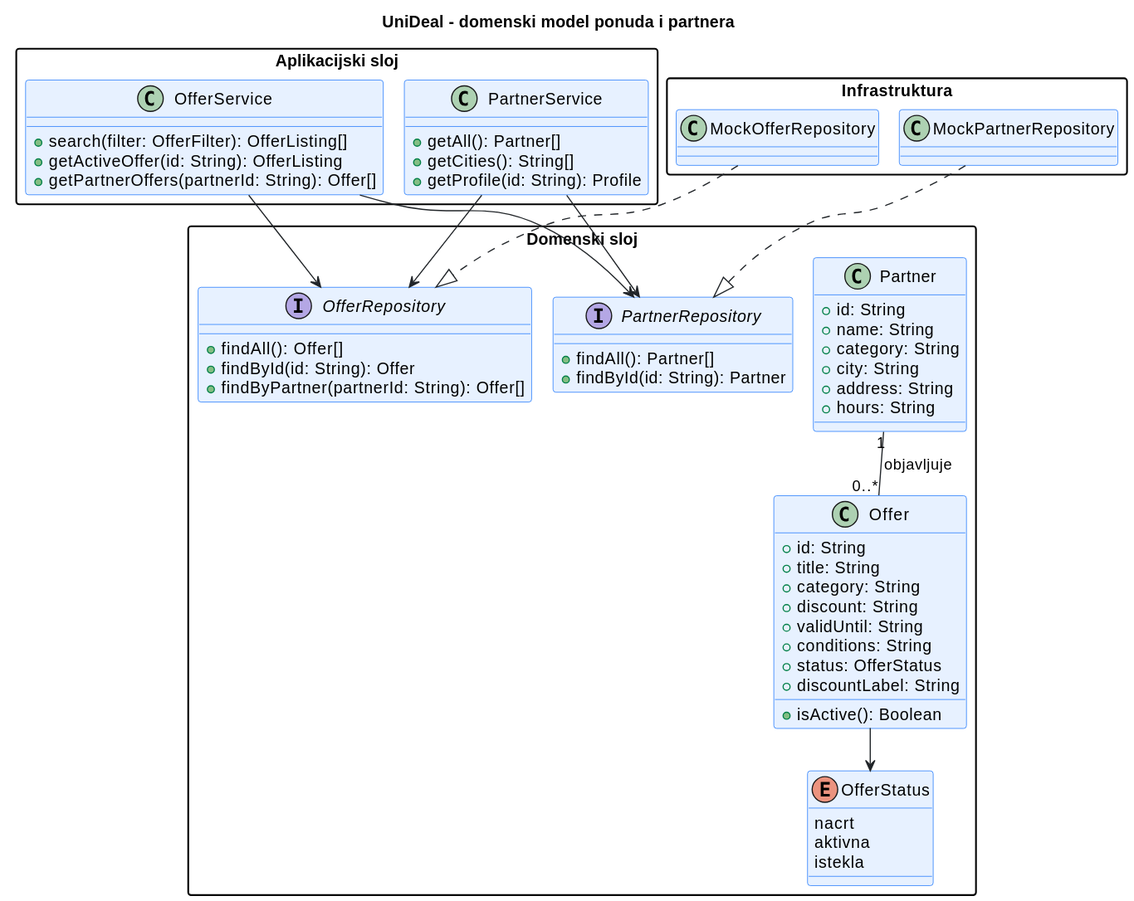
Before: docs/assets/diagrams/4-3-unideal-domain-CD.svg, a diagram exported from PlantUML (matejban/UniDeal). The source it was exported from:
```plantuml
@startuml
!pragma layout smetana
title UniDeal - domenski model ponuda i partnera

skinparam shadowing false
skinparam defaultFontName Arial
skinparam packageStyle rectangle
skinparam ArrowColor #212529

skinparam class {
    BackgroundColor #E7F1FF
    BorderColor #0D6EFD
}

package "Aplikacijski sloj" {
    class OfferService {
        +search(filter: OfferFilter): OfferListing[]
        +getActiveOffer(id: String): OfferListing
        +getPartnerOffers(partnerId: String): Offer[]
    }
    class PartnerService {
        +getAll(): Partner[]
        +getCities(): String[]
        +getProfile(id: String): Profile
    }
}

package "Domenski sloj" {
    enum OfferStatus {
        nacrt
        aktivna
        istekla
    }
    class Offer {
        +id: String
        +title: String
        +category: String
        +discount: String
        +validUntil: String
        +conditions: String
        +status: OfferStatus
        +isActive(): Boolean
        +discountLabel: String
    }
    class Partner {
        +id: String
        +name: String
        +category: String
        +city: String
        +address: String
        +hours: String
    }
    interface OfferRepository {
        +findAll(): Offer[]
        +findById(id: String): Offer
        +findByPartner(partnerId: String): Offer[]
    }
    interface PartnerRepository {
        +findAll(): Partner[]
        +findById(id: String): Partner
    }
}

package "Infrastruktura" {
    class MockOfferRepository
    class MockPartnerRepository
}

Partner "1" -- "0..*" Offer : objavljuje >
Offer --> OfferStatus

OfferService --> OfferRepository
OfferService --> PartnerRepository
PartnerService --> PartnerRepository
PartnerService --> OfferRepository

MockOfferRepository ..|> OfferRepository
MockPartnerRepository ..|> PartnerRepository
@enduml
```
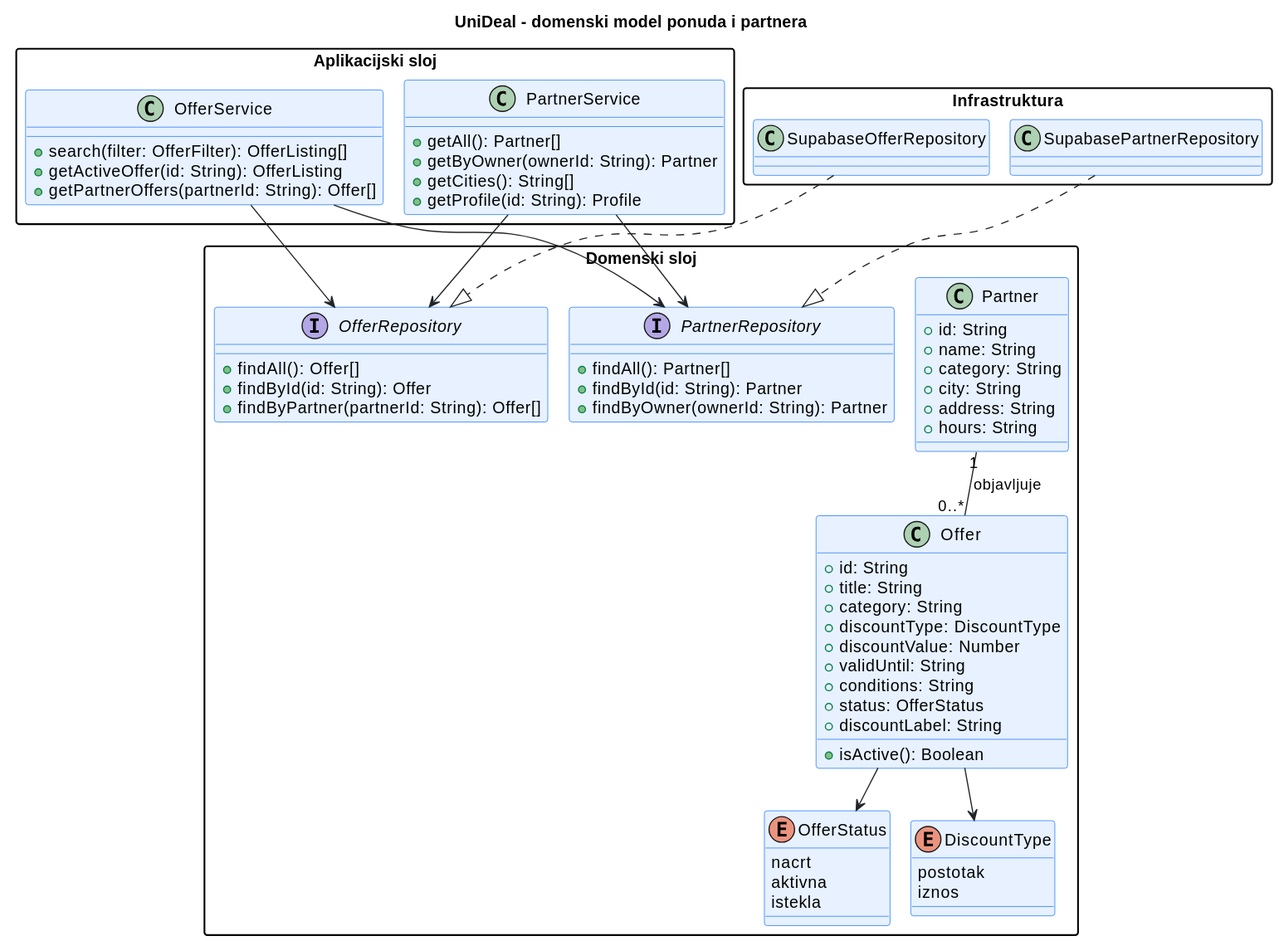
After the commit.

The edit, as a diff of the source:
```diff
@@ -20,6 +20,7 @@
     }
     class PartnerService {
         +getAll(): Partner[]
+        +getByOwner(ownerId: String): Partner
         +getCities(): String[]
         +getProfile(id: String): Profile
     }
@@ -31,11 +32,16 @@
         aktivna
         istekla
     }
+    enum DiscountType {
+        postotak
+        iznos
+    }
     class Offer {
         +id: String
         +title: String
         +category: String
-        +discount: String
+        +discountType: DiscountType
+        +discountValue: Number
         +validUntil: String
         +conditions: String
         +status: OfferStatus
@@ -58,22 +64,24 @@
     interface PartnerRepository {
         +findAll(): Partner[]
         +findById(id: String): Partner
+        +findByOwner(ownerId: String): Partner
     }
 }
 
 package "Infrastruktura" {
-    class MockOfferRepository
-    class MockPartnerRepository
+    class SupabaseOfferRepository
+    class SupabasePartnerRepository
 }
 
 Partner "1" -- "0..*" Offer : objavljuje >
 Offer --> OfferStatus
+Offer --> DiscountType
 
 OfferService --> OfferRepository
 OfferService --> PartnerRepository
 PartnerService --> PartnerRepository
 PartnerService --> OfferRepository
 
-MockOfferRepository ..|> OfferRepository
-MockPartnerRepository ..|> PartnerRepository
+SupabaseOfferRepository ..|> OfferRepository
+SupabasePartnerRepository ..|> PartnerRepository
 @enduml
```
